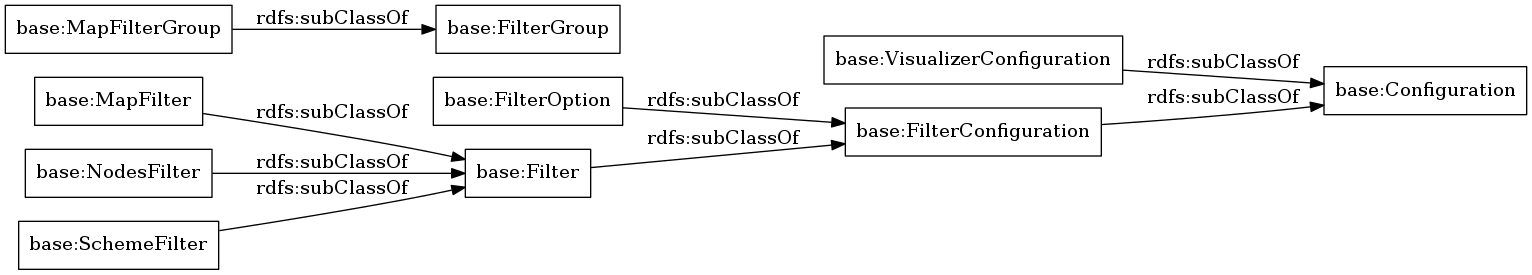
OnToologyUser/linkedpipes_applications_ontology keeps this Graphviz diagram as OnToology/lpapps.owl/diagrams/ar2dtool-taxonomy/lpapps.owl.png. Above is the earlier version. Its source is kept beside it as OnToology/lpapps.owl/diagrams/ar2dtool-taxonomy/lpapps.owl.png.dot.
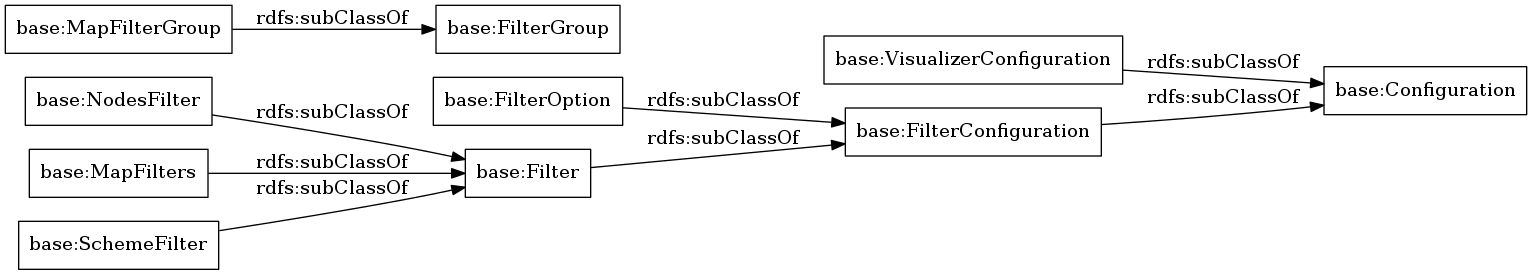
Later version of the same file.

Diff of the diagram source:
```diff
@@ -1,14 +1,14 @@
 digraph ar2dtool_diagram {
 rankdir=LR;
 size="1000"
-node [shape = rectangle, color="black"]; "base:VisualizerConfiguration" "base:MapFilter" "base:FilterGroup" "base:FilterOption" "base:NodesFilter" "base:Filter" "base:SchemeFilter" "base:MapFilterGroup" "base:FilterConfiguration" "base:Configuration" ; /*classes style*/
+node [shape = rectangle, color="black"]; "base:VisualizerConfiguration" "base:FilterGroup" "base:FilterOption" "base:NodesFilter" "base:Filter" "base:MapFilters" "base:SchemeFilter" "base:MapFilterGroup" "base:FilterConfiguration" "base:Configuration" ; /*classes style*/
+	"base:MapFilters" -> "base:Filter" [ label = "rdfs:subClassOf" ];
 	"base:MapFilterGroup" -> "base:FilterGroup" [ label = "rdfs:subClassOf" ];
 	"base:SchemeFilter" -> "base:Filter" [ label = "rdfs:subClassOf" ];
 	"base:VisualizerConfiguration" -> "base:Configuration" [ label = "rdfs:subClassOf" ];
 	"base:NodesFilter" -> "base:Filter" [ label = "rdfs:subClassOf" ];
 	"base:FilterConfiguration" -> "base:Configuration" [ label = "rdfs:subClassOf" ];
 	"base:FilterOption" -> "base:FilterConfiguration" [ label = "rdfs:subClassOf" ];
-	"base:MapFilter" -> "base:Filter" [ label = "rdfs:subClassOf" ];
 	"base:Filter" -> "base:FilterConfiguration" [ label = "rdfs:subClassOf" ];
 
 }
```
